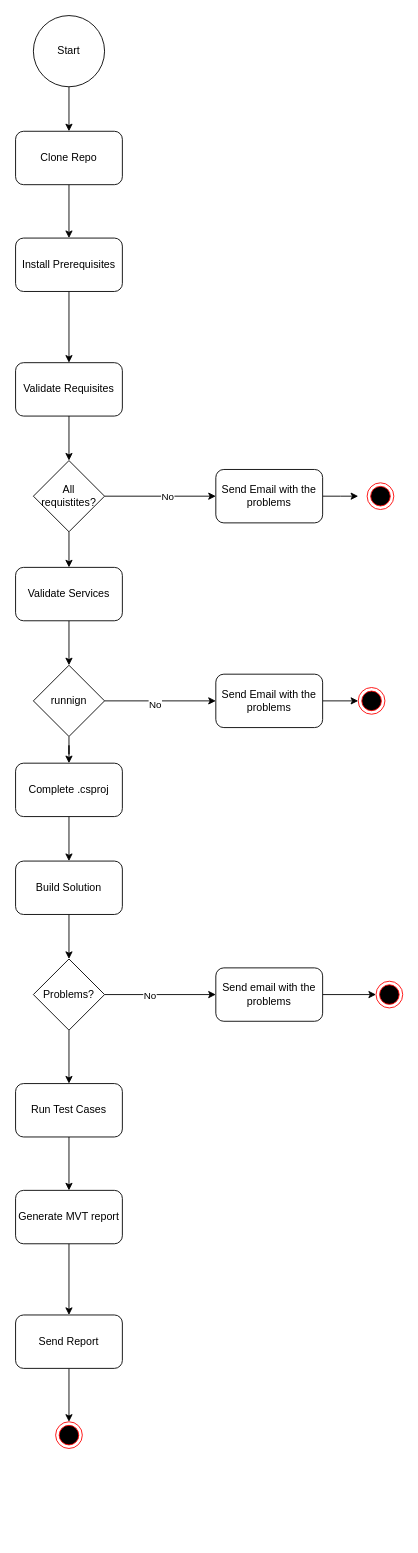
This is page "Diagram" (2 of 2) of Plan.drawio from Daniel-V-aspen/ufttask, a draw.io file, before an edit. Source tidied: cells renumbered, new cells numbered last; positions are measured from the earlier drawing's top-left corner, leaving out a move shared by most shapes. Both pictures are drawn from the tidied source at 89%, with x=0, y=0 at pixel (15, 15).
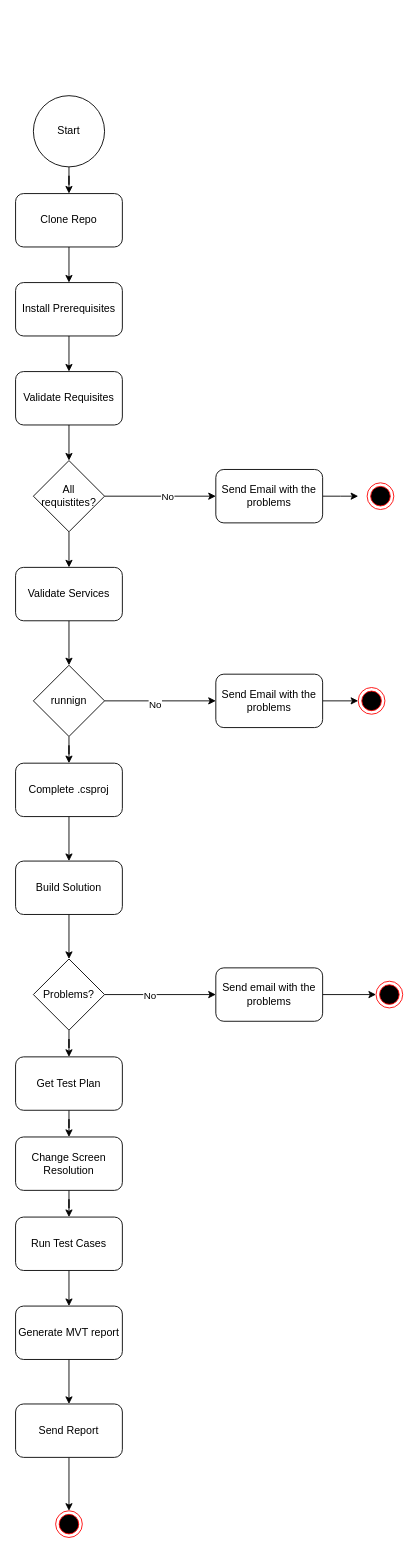
The same page after the edit.

Unchanged cells that the change refers to:
```xml
<mxCell id="21" value="Problems?" style="rhombus;whiteSpace=wrap;html=1;" parent="1" vertex="1">
  <mxGeometry x="20" y="1060" width="80" height="80" as="geometry" />
</mxCell>
```

Change to the diagram source:
```diff
@@
     <mxCell id="3" value="Start" style="ellipse;whiteSpace=wrap;html=1;" parent="1" vertex="1">
-      <mxGeometry x="20" width="80" height="80" as="geometry" />
+      <mxGeometry x="20" y="90" width="80" height="80" as="geometry" />
     </mxCell>
@@
     <mxCell id="5" value="Clone Repo" style="rounded=1;whiteSpace=wrap;html=1;" parent="1" vertex="1">
-      <mxGeometry y="130" width="120" height="60" as="geometry" />
+      <mxGeometry y="200" width="120" height="60" as="geometry" />
     </mxCell>
@@
     <mxCell id="7" value="Validate Requisites" style="rounded=1;whiteSpace=wrap;html=1;" parent="1" vertex="1">
-      <mxGeometry y="390" width="120" height="60" as="geometry" />
+      <mxGeometry y="400" width="120" height="60" as="geometry" />
     </mxCell>
@@
-    <mxCell id="20" style="edgeStyle=orthogonalEdgeStyle;rounded=0;jettySize=auto;html=1;" parent="1" edge="1" source="21" target="25">
-      <mxGeometry relative="1" as="geometry" />
-    </mxCell>
+    <mxCell id="44" style="edgeStyle=orthogonalEdgeStyle;rounded=0;jettySize=auto;html=1;" parent="1" edge="1" source="21" target="46">
+      <mxGeometry relative="1" as="geometry" />
+    </mxCell>
@@
     <mxCell id="25" value="Run Test Cases" style="rounded=1;whiteSpace=wrap;html=1;" parent="1" vertex="1">
-      <mxGeometry y="1200" width="120" height="60" as="geometry" />
+      <mxGeometry y="1350" width="120" height="60" as="geometry" />
     </mxCell>
@@
     <mxCell id="27" value="Generate MVT report" style="whiteSpace=wrap;html=1;rounded=1;" parent="1" vertex="1">
-      <mxGeometry y="1320" width="120" height="60" as="geometry" />
+      <mxGeometry y="1450" width="120" height="60" as="geometry" />
     </mxCell>
@@
     <mxCell id="29" value="Send Report" style="rounded=1;whiteSpace=wrap;html=1;" parent="1" vertex="1">
-      <mxGeometry y="1460" width="120" height="60" as="geometry" />
+      <mxGeometry y="1560" width="120" height="60" as="geometry" />
     </mxCell>
     <mxCell id="30" style="ellipse;html=1;shape=endState;fillColor=#000000;strokeColor=#ff0000;" parent="1" vertex="1">
-      <mxGeometry x="45" y="1580" width="30" height="30" as="geometry" />
+      <mxGeometry x="45" y="1680" width="30" height="30" as="geometry" />
     </mxCell>
@@
     <mxCell id="34" value="Install Prerequisites" style="rounded=1;whiteSpace=wrap;html=1;" parent="1" vertex="1">
-      <mxGeometry y="250" width="120" height="60" as="geometry" />
+      <mxGeometry y="300" width="120" height="60" as="geometry" />
     </mxCell>
@@
+    <mxCell id="45" style="edgeStyle=orthogonalEdgeStyle;rounded=0;jettySize=auto;html=1;" parent="1" edge="1" source="46" target="48">
+      <mxGeometry relative="1" as="geometry" />
+    </mxCell>
+    <mxCell id="46" value="Get Test Plan" style="rounded=1;whiteSpace=wrap;html=1;" parent="1" vertex="1">
+      <mxGeometry y="1170" width="120" height="60" as="geometry" />
+    </mxCell>
+    <mxCell id="47" style="edgeStyle=orthogonalEdgeStyle;rounded=0;jettySize=auto;html=1;" parent="1" edge="1" source="48" target="25">
+      <mxGeometry relative="1" as="geometry" />
+    </mxCell>
+    <mxCell id="48" value="Change Screen Resolution" style="rounded=1;whiteSpace=wrap;html=1;" parent="1" vertex="1">
+      <mxGeometry y="1260" width="120" height="60" as="geometry" />
+    </mxCell>
```
